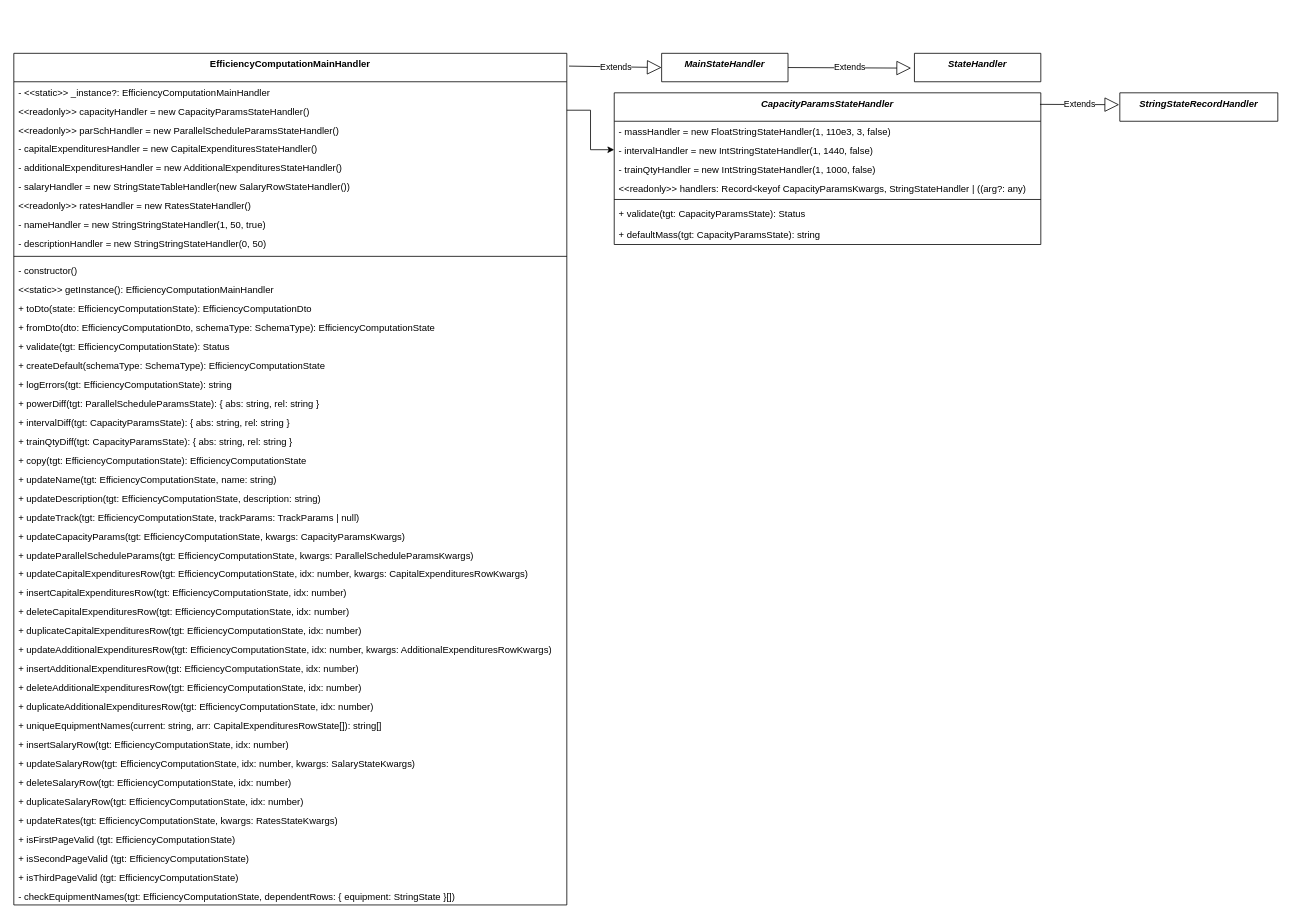
The draw.io diagram page "Экономика" (2 of 2) of Модель.drawio in orlov-oleg-developer/asuter-UML, before the edit. Source tidied: cells renumbered, new cells numbered last; positions are measured from the earlier drawing's top-left corner, leaving out a move shared by most shapes. Both pictures are drawn from the tidied source at 79%, with x=0, y=0 at pixel (13, 53).
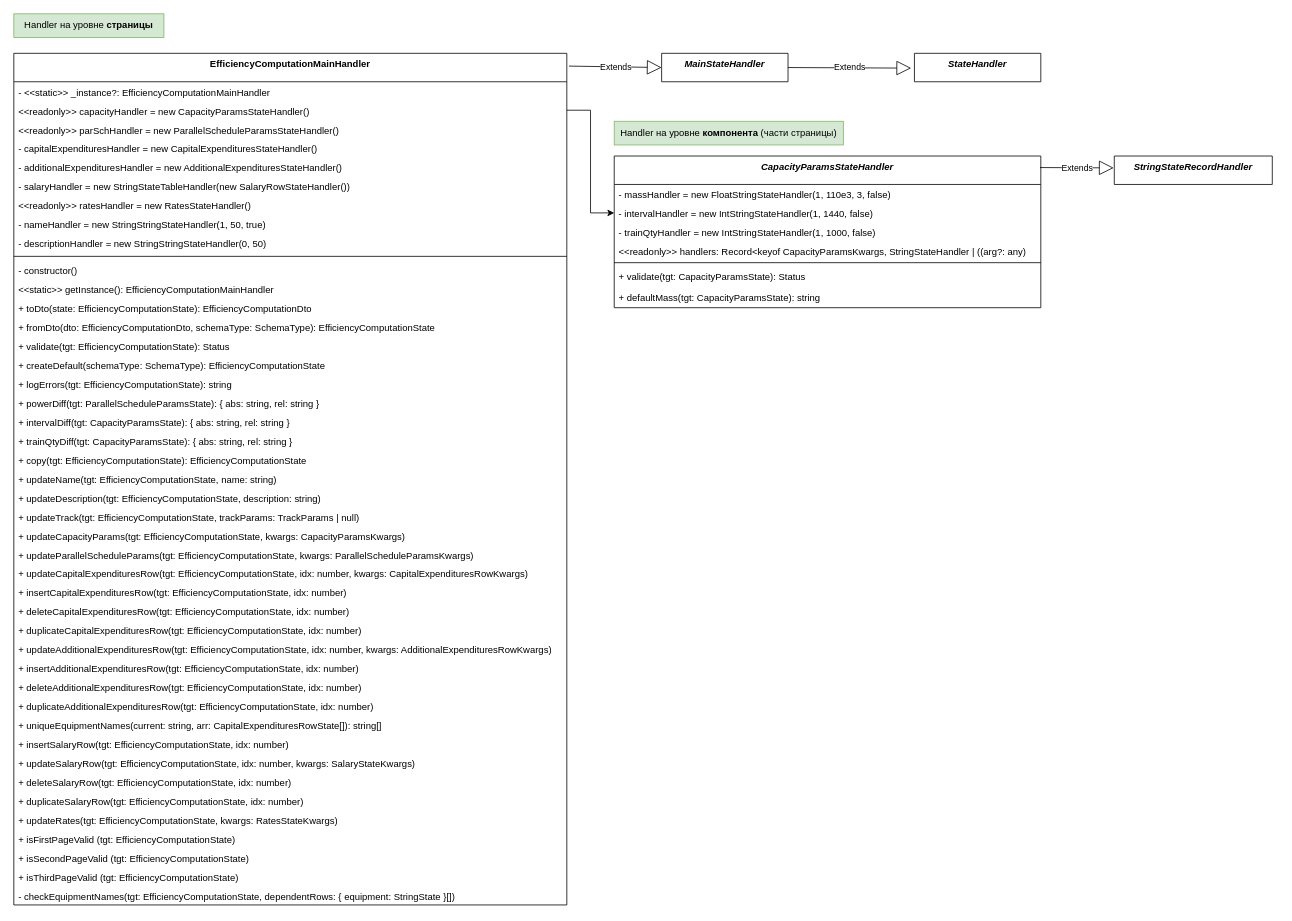
Above is the later version.

Diff of the diagram source:
```diff
@@
     <mxCell id="51" value="CapacityParamsStateHandler" style="swimlane;fontStyle=3;align=center;verticalAlign=top;horizontal=1;startSize=36;rounded=0;shadow=0;strokeWidth=1;" parent="1" vertex="1">
-      <mxGeometry x="760" y="50" width="540" height="192" as="geometry" />
+      <mxGeometry x="760" y="130" width="540" height="192" as="geometry" />
     </mxCell>
@@
     <mxCell id="60" value="StringStateRecordHandler" style="swimlane;fontStyle=3;align=center;verticalAlign=top;horizontal=1;startSize=36;rounded=0;shadow=0;strokeWidth=1;" parent="1" vertex="1" collapsed="1">
-      <mxGeometry x="1400" y="50" width="200" height="36" as="geometry" />
+      <mxGeometry x="1393" y="130" width="200" height="36" as="geometry" />
     </mxCell>
@@
+    <mxCell id="62" value="Handler на уровне &lt;b&gt;страницы&lt;/b&gt;" style="text;html=1;strokeColor=#82b366;fillColor=#d5e8d4;align=center;verticalAlign=middle;whiteSpace=wrap;rounded=0;" parent="1" vertex="1">
+      <mxGeometry y="-50" width="190" height="30" as="geometry" />
+    </mxCell>
+    <mxCell id="63" value="Handler на уровне &lt;b&gt;компонента&lt;/b&gt; (части страницы)" style="text;html=1;strokeColor=#82b366;fillColor=#d5e8d4;align=center;verticalAlign=middle;whiteSpace=wrap;rounded=0;" parent="1" vertex="1">
+      <mxGeometry x="760" y="86" width="290" height="30" as="geometry" />
+    </mxCell>
```
